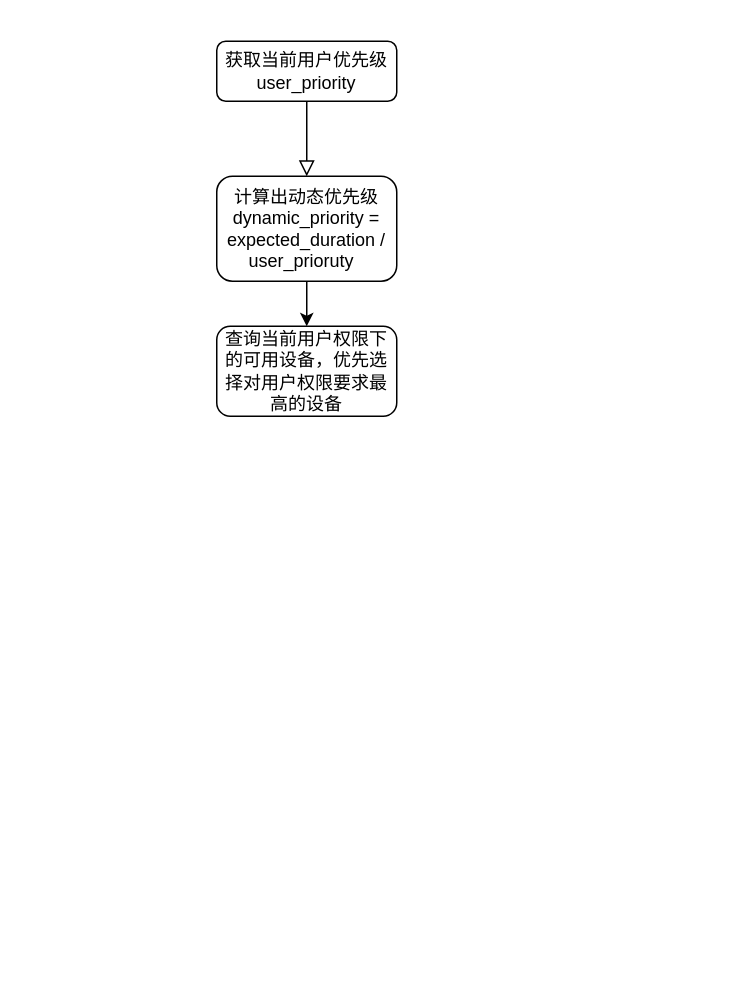
Dortmund-Reus/testbd keeps this draw.io diagram as images/Untitled Diagram.drawio. Above is the earlier version. Source tidied: cells renumbered, new cells numbered last; positions are measured from the earlier drawing's top-left corner, leaving out a move shared by most shapes. Both pictures are drawn from the tidied source at 150%, with x=0, y=0 at pixel (216, 40).
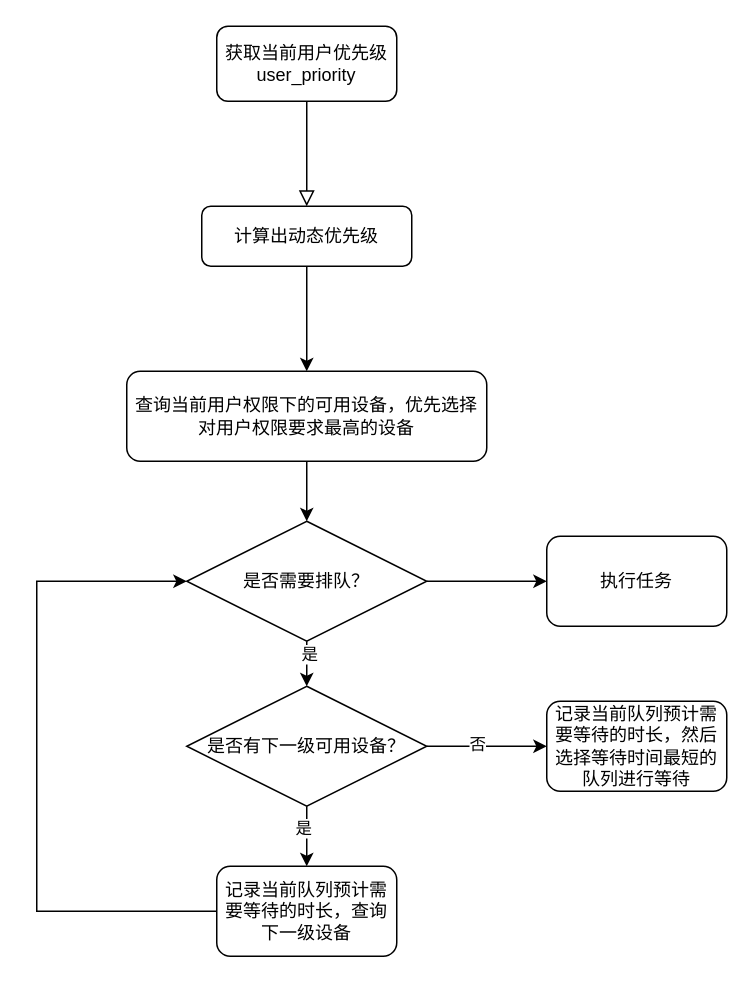
The same page after the edit.

Change to the diagram source:
```diff
@@
-    <mxCell id="2" style="rounded=0;html=1;jettySize=auto;fontSize=11;endArrow=block;endFill=0;endSize=8;strokeWidth=1;shadow=0;labelBackgroundColor=none;edgeStyle=orthogonalEdgeStyle;" parent="1" edge="1" source="3">
-      <mxGeometry relative="1" as="geometry">
-        <mxPoint x="60" y="90" as="targetPoint" />
-      </mxGeometry>
+    <mxCell id="2" style="rounded=0;html=1;jettySize=auto;fontSize=11;endArrow=block;endFill=0;endSize=8;strokeWidth=1;shadow=0;labelBackgroundColor=none;edgeStyle=orthogonalEdgeStyle;entryX=0.5;entryY=0;entryDx=0;entryDy=0;" parent="1" edge="1" source="3" target="5">
+      <mxGeometry relative="1" as="geometry" />
     </mxCell>
     <mxCell id="3" value="获取当前用户优先级user_priority" style="rounded=1;whiteSpace=wrap;html=1;fontSize=12;glass=0;strokeWidth=1;shadow=0;" parent="1" vertex="1">
-      <mxGeometry width="120" height="40" as="geometry" />
+      <mxGeometry y="-10" width="120" height="50" as="geometry" />
     </mxCell>
-    <mxCell id="4" style="edgeStyle=orthogonalEdgeStyle;rounded=0;jettySize=auto;html=1;exitX=0.5;exitY=1;exitDx=0;exitDy=0;entryX=0.5;entryY=0;entryDx=0;entryDy=0;" parent="1" edge="1" source="5">
+    <mxCell id="4" style="edgeStyle=orthogonalEdgeStyle;rounded=0;jettySize=auto;html=1;exitX=0.5;exitY=1;exitDx=0;exitDy=0;" parent="1" edge="1" source="5">
       <mxGeometry relative="1" as="geometry">
-        <mxPoint x="60" y="190" as="targetPoint" />
+        <mxPoint x="60" y="220" as="targetPoint" />
       </mxGeometry>
     </mxCell>
-    <mxCell id="5" value="计算出动态优先级&lt;br&gt;dynamic_priority = expected_duration / user_prioruty&amp;nbsp;&amp;nbsp;" style="rounded=1;whiteSpace=wrap;html=1;" parent="1" vertex="1">
-      <mxGeometry y="90" width="120" height="70" as="geometry" />
+    <mxCell id="5" value="计算出动态优先级" style="rounded=1;whiteSpace=wrap;html=1;" parent="1" vertex="1">
+      <mxGeometry x="-10" y="110" width="140" height="40" as="geometry" />
     </mxCell>
+    <mxCell id="7" style="edgeStyle=orthogonalEdgeStyle;rounded=0;jettySize=auto;html=1;exitX=0.5;exitY=1;exitDx=0;exitDy=0;" parent="1" edge="1" source="6" target="11">
+      <mxGeometry relative="1" as="geometry" />
+    </mxCell>
     <mxCell id="6" value="查询当前用户权限下的可用设备，优先选择对用户权限要求最高的设备" style="rounded=1;whiteSpace=wrap;html=1;" parent="1" vertex="1">
-      <mxGeometry y="190" width="120" height="60" as="geometry" />
+      <mxGeometry x="-60" y="220" width="240" height="60" as="geometry" />
     </mxCell>
+    <mxCell id="8" style="edgeStyle=orthogonalEdgeStyle;rounded=0;jettySize=auto;html=1;exitX=0.5;exitY=1;exitDx=0;exitDy=0;" parent="1" edge="1" source="11" target="16">
+      <mxGeometry relative="1" as="geometry" />
+    </mxCell>
+    <mxCell id="9" value="是" style="edgeLabel;html=1;align=center;verticalAlign=middle;" parent="8" vertex="1">
+      <mxGeometry x="-0.68" y="1" relative="1" as="geometry" />
+    </mxCell>
+    <mxCell id="10" style="edgeStyle=orthogonalEdgeStyle;rounded=0;jettySize=auto;html=1;exitX=1;exitY=0.5;exitDx=0;exitDy=0;entryX=0;entryY=0.5;entryDx=0;entryDy=0;" parent="1" edge="1" source="11" target="20">
+      <mxGeometry relative="1" as="geometry" />
+    </mxCell>
+    <mxCell id="11" value="是否需要排队？" style="rhombus;whiteSpace=wrap;html=1;" parent="1" vertex="1">
+      <mxGeometry x="-20" y="320" width="160" height="80" as="geometry" />
+    </mxCell>
+    <mxCell id="12" style="edgeStyle=orthogonalEdgeStyle;rounded=0;jettySize=auto;html=1;exitX=0.5;exitY=1;exitDx=0;exitDy=0;entryX=0.5;entryY=0;entryDx=0;entryDy=0;" parent="1" edge="1" source="16" target="18">
+      <mxGeometry relative="1" as="geometry" />
+    </mxCell>
+    <mxCell id="13" value="是" style="edgeLabel;html=1;align=center;verticalAlign=middle;" parent="12" vertex="1">
+      <mxGeometry x="-0.3" y="-3" relative="1" as="geometry" />
+    </mxCell>
+    <mxCell id="14" style="edgeStyle=orthogonalEdgeStyle;rounded=0;jettySize=auto;html=1;" parent="1" edge="1" source="16" target="19">
+      <mxGeometry relative="1" as="geometry" />
+    </mxCell>
+    <mxCell id="15" value="否" style="edgeLabel;html=1;align=center;verticalAlign=middle;" parent="14" vertex="1">
+      <mxGeometry x="-0.17" y="2" relative="1" as="geometry" />
+    </mxCell>
+    <mxCell id="16" value="是否有下一级可用设备？" style="rhombus;whiteSpace=wrap;html=1;" parent="1" vertex="1">
+      <mxGeometry x="-20" y="430" width="160" height="80" as="geometry" />
+    </mxCell>
+    <mxCell id="17" style="edgeStyle=orthogonalEdgeStyle;rounded=0;jettySize=auto;html=1;entryX=0;entryY=0.5;entryDx=0;entryDy=0;" parent="1" edge="1" source="18" target="11">
+      <mxGeometry relative="1" as="geometry">
+        <Array as="points">
+          <mxPoint x="-120" y="580" />
+          <mxPoint x="-120" y="360" />
+        </Array>
+      </mxGeometry>
+    </mxCell>
+    <mxCell id="18" value="记录当前队列预计需要等待的时长，查询下一级设备" style="rounded=1;whiteSpace=wrap;html=1;" parent="1" vertex="1">
+      <mxGeometry y="550" width="120" height="60" as="geometry" />
+    </mxCell>
+    <mxCell id="19" value="记录当前队列预计需要等待的时长，然后选择等待时间最短的队列进行等待" style="rounded=1;whiteSpace=wrap;html=1;" parent="1" vertex="1">
+      <mxGeometry x="220" y="440" width="120" height="60" as="geometry" />
+    </mxCell>
+    <mxCell id="20" value="执行任务" style="rounded=1;whiteSpace=wrap;html=1;" parent="1" vertex="1">
+      <mxGeometry x="220" y="330" width="120" height="60" as="geometry" />
+    </mxCell>
```
